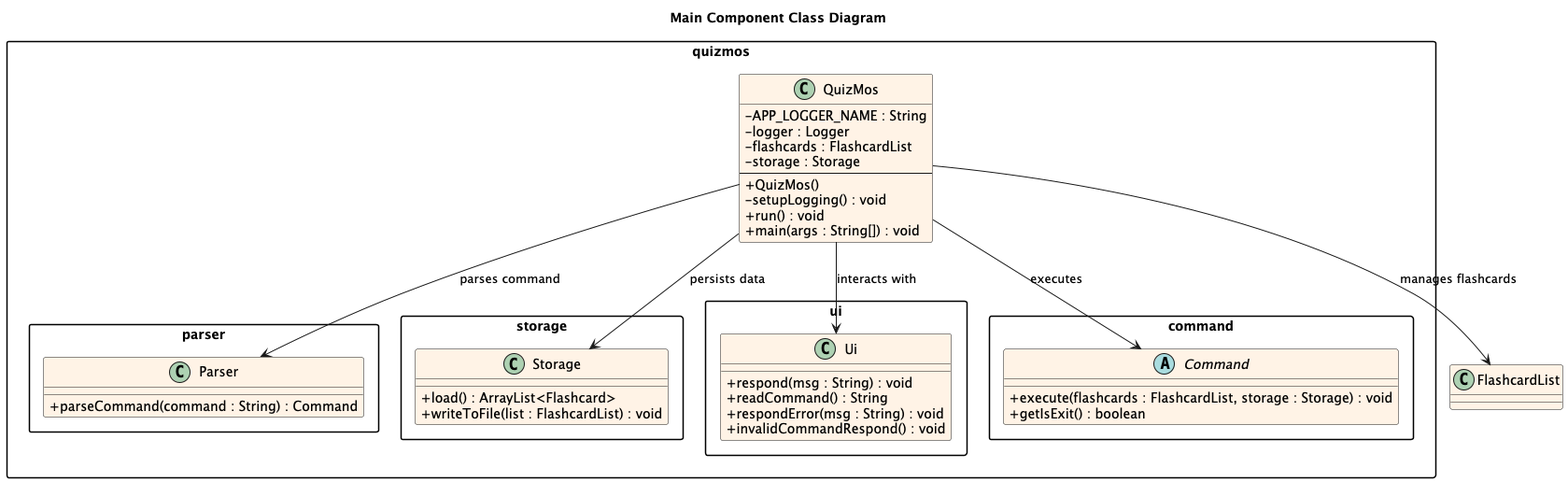
This is docs/images/MainComponent_ClassDiagram.png from ashutoshalung/tp, a PlantUML export, as it was before one commit.
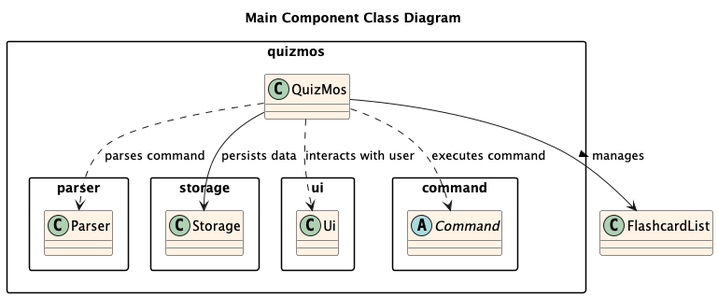
Later version of the same file.

Commit message:
Fix DG class diagrams

The edit, as a diff of the source:
```diff
@@ -5,54 +5,32 @@
 skinparam classAttributeIconSize 0
 skinparam classBackgroundColor #FFF3E6
 skinparam packageStyle rectangle
+skinparam shadowing false
 
 package "quizmos" {
-    class QuizMos {
-        - APP_LOGGER_NAME : String
-        - logger : Logger
-        - flashcards : FlashcardList
-        - storage : Storage
-        --
-        + QuizMos()
-        - setupLogging() : void
-        + run() : void
-        + main(args : String[]) : void
-    }
+    class QuizMos
 }
 
 package "quizmos.parser" {
-    class Parser {
-        + parseCommand(command : String) : Command
-    }
+    class Parser
 }
 
 package "quizmos.storage" {
-    class Storage {
-        + load() : ArrayList<Flashcard>
-        + writeToFile(list : FlashcardList) : void
-    }
+    class Storage
 }
 
 package "quizmos.ui" {
-    class Ui {
-        + respond(msg : String) : void
-        + readCommand() : String
-        + respondError(msg : String) : void
-        + invalidCommandRespond() : void
-    }
+    class Ui
 }
 
 package "quizmos.command" {
-    abstract class Command {
-        + execute(flashcards : FlashcardList, storage : Storage) : void
-        + getIsExit() : boolean
-    }
+    abstract class Command
 }
 
-QuizMos --> Parser : parses command
-QuizMos --> Command : executes
-QuizMos --> Ui : interacts with
+QuizMos --> FlashcardList : manages >
+QuizMos ..> Parser : parses command
+QuizMos ..> Command : executes command
 QuizMos --> Storage : persists data
-QuizMos --> FlashcardList : manages flashcards
+QuizMos ..> Ui : interacts with user
 
 @enduml
```
